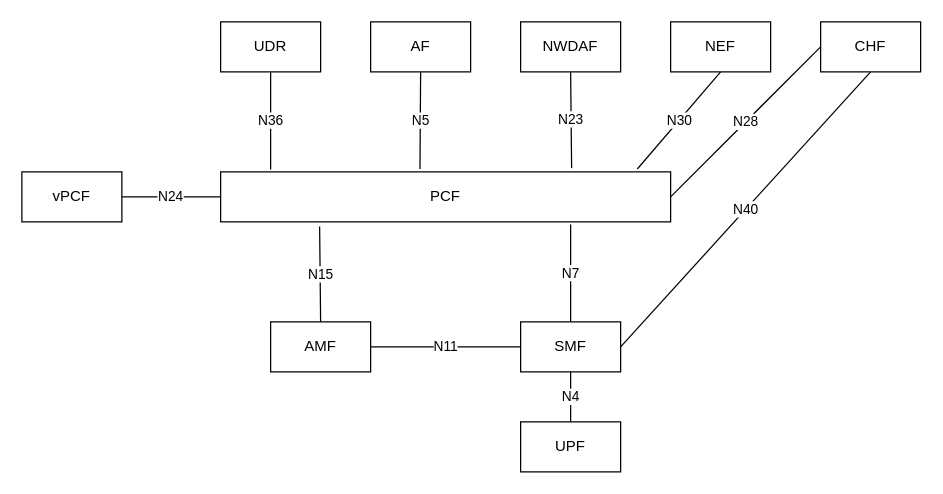
Earlier version of the draw.io diagram page "PCF/CHF" (2 of 2) of documentation/images/diagrams.drawio (emanuelfreitas/3gpp-documentation). Source tidied: cells renumbered, new cells numbered last; positions are measured from the earlier drawing's top-left corner, leaving out a move shared by most shapes. Both pictures are drawn from the tidied source at 125%, with x=0, y=0 at pixel (21, 21).
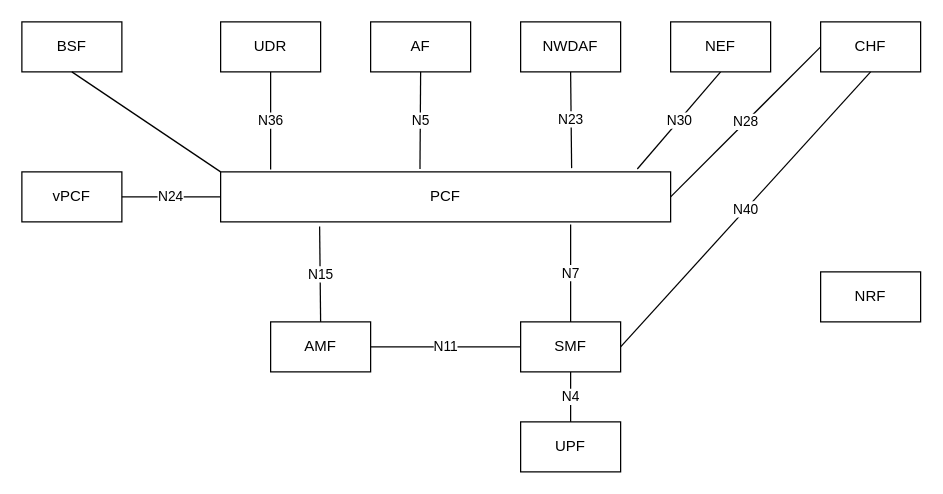
The same page after the edit.

The change refers to these unchanged cells:
```xml
<mxCell id="2" value="PCF" style="rounded=0;whiteSpace=wrap;html=1;" parent="1" vertex="1">
  <mxGeometry x="159" y="120" width="360" height="40" as="geometry" />
</mxCell>
```

Change to the diagram source:
```diff
@@
+    <mxCell id="23" value="NRF" style="rounded=0;whiteSpace=wrap;html=1;" parent="1" vertex="1">
+      <mxGeometry x="639" y="200" width="80" height="40" as="geometry" />
+    </mxCell>
+    <mxCell id="24" value="BSF" style="rounded=0;whiteSpace=wrap;html=1;" parent="1" vertex="1">
+      <mxGeometry width="80" height="40" as="geometry" />
+    </mxCell>
+    <mxCell id="25" style="endArrow=none;html=1;entryX=0.5;entryY=1;entryDx=0;entryDy=0;exitX=0;exitY=0;exitDx=0;exitDy=0;" parent="1" edge="1" source="2" target="24">
+      <mxGeometry relative="1" as="geometry" />
+    </mxCell>
```
